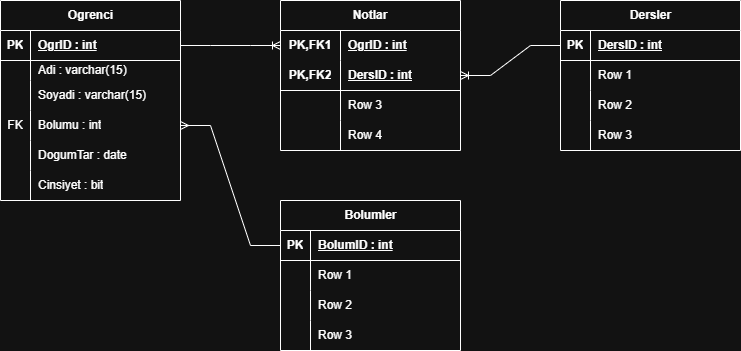
This is 01-ogrenci-not-sistemi.drawio.png from Kemalltml/System-Design-and-Database-Practices, a draw.io export, as it was before one commit. Source tidied: cells renumbered, new cells last; positions are measured from the earlier drawing's top-left corner, leaving out a move shared by most shapes.
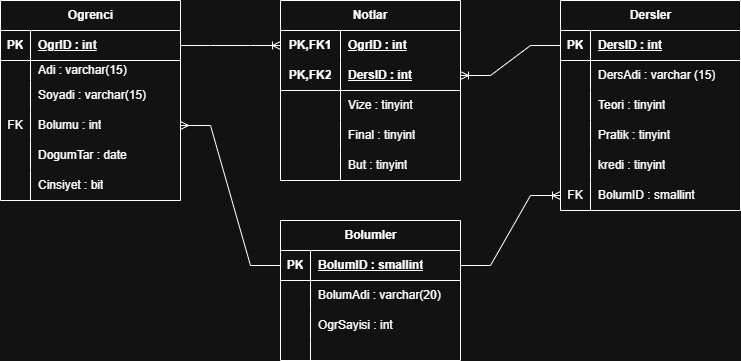
Above is the later version.

Change to the diagram source:
```diff
@@ -60,7 +60,7 @@
       <mxGeometry x="30" width="150" height="30" as="geometry" />
     </mxCell>
     <mxCell id="21" value="Notlar" style="shape=table;startSize=30;rowLines=0;fontStyle=1;align=center;html=1;whiteSpace=wrap;" parent="1" vertex="1">
-      <mxGeometry x="280" width="180" height="150" as="geometry" />
+      <mxGeometry x="280" width="180" height="180" as="geometry" />
     </mxCell>
     <mxCell id="22" style="shape=tableRow;horizontal=0;startSize=0;swimlaneHead=0;swimlaneBody=0;fillColor=none;points=[[0,0.5],[1,0.5]];portConstraint=eastwest;top=0;left=0;right=0;bottom=0;html=1;" parent="21" vertex="1">
       <mxGeometry y="30" width="180" height="30" as="geometry" />
@@ -86,7 +86,7 @@
     <mxCell id="29" style="shape=partialRectangle;fillColor=none;top=0;left=0;bottom=0;right=0;overflow=hidden;html=1;whiteSpace=wrap;" parent="28" vertex="1">
       <mxGeometry width="60" height="30" as="geometry" />
     </mxCell>
-    <mxCell id="30" value="Row 3" style="shape=partialRectangle;fillColor=none;top=0;left=0;bottom=0;right=0;align=left;spacingLeft=6;overflow=hidden;html=1;whiteSpace=wrap;" parent="28" vertex="1">
+    <mxCell id="30" value="Vize : tinyint" style="shape=partialRectangle;fillColor=none;top=0;left=0;bottom=0;right=0;align=left;spacingLeft=6;overflow=hidden;html=1;whiteSpace=wrap;" parent="28" vertex="1">
       <mxGeometry x="60" width="120" height="30" as="geometry" />
     </mxCell>
     <mxCell id="31" style="shape=tableRow;horizontal=0;startSize=0;swimlaneHead=0;swimlaneBody=0;fillColor=none;top=0;left=0;right=0;bottom=0;html=1;" parent="21" vertex="1">
@@ -95,11 +95,20 @@
     <mxCell id="32" style="shape=partialRectangle;fillColor=none;top=0;left=0;bottom=0;right=0;overflow=hidden;html=1;whiteSpace=wrap;" parent="31" vertex="1">
       <mxGeometry width="60" height="30" as="geometry" />
     </mxCell>
-    <mxCell id="33" value="Row 4" style="shape=partialRectangle;fillColor=none;top=0;left=0;bottom=0;right=0;align=left;spacingLeft=6;overflow=hidden;html=1;whiteSpace=wrap;" parent="31" vertex="1">
+    <mxCell id="33" value="Final : tinyint" style="shape=partialRectangle;fillColor=none;top=0;left=0;bottom=0;right=0;align=left;spacingLeft=6;overflow=hidden;html=1;whiteSpace=wrap;" parent="31" vertex="1">
       <mxGeometry x="60" width="120" height="30" as="geometry" />
     </mxCell>
+    <mxCell id="63" style="shape=tableRow;horizontal=0;startSize=0;swimlaneHead=0;swimlaneBody=0;fillColor=none;top=0;left=0;right=0;bottom=0;html=1;" parent="21" vertex="1">
+      <mxGeometry y="150" width="180" height="30" as="geometry" />
+    </mxCell>
+    <mxCell id="64" style="shape=partialRectangle;fillColor=none;top=0;left=0;bottom=0;right=0;overflow=hidden;html=1;whiteSpace=wrap;" parent="63" vertex="1">
+      <mxGeometry width="60" height="30" as="geometry" />
+    </mxCell>
+    <mxCell id="65" value="But : tinyint" style="shape=partialRectangle;fillColor=none;top=0;left=0;bottom=0;right=0;align=left;spacingLeft=6;overflow=hidden;html=1;whiteSpace=wrap;" parent="63" vertex="1">
+      <mxGeometry x="60" width="120" height="30" as="geometry" />
+    </mxCell>
     <mxCell id="34" value="Dersler" style="shape=table;startSize=30;rowLines=0;fontStyle=1;align=center;html=1;" parent="1" vertex="1">
-      <mxGeometry x="560" width="180" height="150" as="geometry" />
+      <mxGeometry x="560" width="180" height="210" as="geometry" />
     </mxCell>
     <mxCell id="35" style="shape=tableRow;horizontal=0;startSize=0;swimlaneHead=0;swimlaneBody=0;fillColor=none;points=[[0,0.5],[1,0.5]];portConstraint=eastwest;top=0;left=0;right=0;bottom=1;" parent="34" vertex="1">
       <mxGeometry y="30" width="180" height="30" as="geometry" />
@@ -116,7 +125,7 @@
     <mxCell id="39" style="shape=partialRectangle;fillColor=none;top=0;left=0;bottom=0;right=0;overflow=hidden;whiteSpace=wrap;html=1;" parent="38" vertex="1">
       <mxGeometry width="30" height="30" as="geometry" />
     </mxCell>
-    <mxCell id="40" value="Row 1" style="shape=partialRectangle;fillColor=none;top=0;left=0;bottom=0;right=0;align=left;spacingLeft=6;overflow=hidden;whiteSpace=wrap;html=1;" parent="38" vertex="1">
+    <mxCell id="40" value="DersAdi : varchar (15)" style="shape=partialRectangle;fillColor=none;top=0;left=0;bottom=0;right=0;align=left;spacingLeft=6;overflow=hidden;whiteSpace=wrap;html=1;" parent="38" vertex="1">
       <mxGeometry x="30" width="150" height="30" as="geometry" />
     </mxCell>
     <mxCell id="41" style="shape=tableRow;horizontal=0;startSize=0;swimlaneHead=0;swimlaneBody=0;fillColor=none;top=0;left=0;right=0;bottom=0;" parent="34" vertex="1">
@@ -125,7 +134,7 @@
     <mxCell id="42" style="shape=partialRectangle;fillColor=none;top=0;left=0;bottom=0;right=0;overflow=hidden;whiteSpace=wrap;html=1;" parent="41" vertex="1">
       <mxGeometry width="30" height="30" as="geometry" />
     </mxCell>
-    <mxCell id="43" value="Row 2" style="shape=partialRectangle;fillColor=none;top=0;left=0;bottom=0;right=0;align=left;spacingLeft=6;overflow=hidden;whiteSpace=wrap;html=1;" parent="41" vertex="1">
+    <mxCell id="43" value="Teori : tinyint" style="shape=partialRectangle;fillColor=none;top=0;left=0;bottom=0;right=0;align=left;spacingLeft=6;overflow=hidden;whiteSpace=wrap;html=1;" parent="41" vertex="1">
       <mxGeometry x="30" width="150" height="30" as="geometry" />
     </mxCell>
     <mxCell id="44" style="shape=tableRow;horizontal=0;startSize=0;swimlaneHead=0;swimlaneBody=0;fillColor=none;top=0;left=0;right=0;bottom=0;" parent="34" vertex="1">
@@ -134,11 +143,29 @@
     <mxCell id="45" style="shape=partialRectangle;fillColor=none;top=0;left=0;bottom=0;right=0;overflow=hidden;whiteSpace=wrap;html=1;" parent="44" vertex="1">
       <mxGeometry width="30" height="30" as="geometry" />
     </mxCell>
-    <mxCell id="46" value="Row 3" style="shape=partialRectangle;fillColor=none;top=0;left=0;bottom=0;right=0;align=left;spacingLeft=6;overflow=hidden;whiteSpace=wrap;html=1;" parent="44" vertex="1">
+    <mxCell id="46" value="Pratik : tinyint" style="shape=partialRectangle;fillColor=none;top=0;left=0;bottom=0;right=0;align=left;spacingLeft=6;overflow=hidden;whiteSpace=wrap;html=1;" parent="44" vertex="1">
       <mxGeometry x="30" width="150" height="30" as="geometry" />
     </mxCell>
+    <mxCell id="66" style="shape=tableRow;horizontal=0;startSize=0;swimlaneHead=0;swimlaneBody=0;fillColor=none;top=0;left=0;right=0;bottom=0;" parent="34" vertex="1">
+      <mxGeometry y="150" width="180" height="30" as="geometry" />
+    </mxCell>
+    <mxCell id="67" style="shape=partialRectangle;fillColor=none;top=0;left=0;bottom=0;right=0;overflow=hidden;whiteSpace=wrap;html=1;" parent="66" vertex="1">
+      <mxGeometry width="30" height="30" as="geometry" />
+    </mxCell>
+    <mxCell id="68" value="kredi : tinyint" style="shape=partialRectangle;fillColor=none;top=0;left=0;bottom=0;right=0;align=left;spacingLeft=6;overflow=hidden;whiteSpace=wrap;html=1;" parent="66" vertex="1">
+      <mxGeometry x="30" width="150" height="30" as="geometry" />
+    </mxCell>
+    <mxCell id="69" style="shape=tableRow;horizontal=0;startSize=0;swimlaneHead=0;swimlaneBody=0;fillColor=none;points=[[0,0.5],[1,0.5]];portConstraint=eastwest;top=0;left=0;right=0;bottom=0;" parent="34" vertex="1">
+      <mxGeometry y="180" width="180" height="30" as="geometry" />
+    </mxCell>
+    <mxCell id="70" value="FK" style="shape=partialRectangle;fillColor=none;top=0;left=0;bottom=0;right=0;overflow=hidden;whiteSpace=wrap;html=1;" parent="69" vertex="1">
+      <mxGeometry width="30" height="30" as="geometry" />
+    </mxCell>
+    <mxCell id="71" value="BolumID : smallint" style="shape=partialRectangle;fillColor=none;top=0;left=0;bottom=0;right=0;align=left;spacingLeft=6;overflow=hidden;whiteSpace=wrap;html=1;" parent="69" vertex="1">
+      <mxGeometry x="30" width="150" height="30" as="geometry" />
+    </mxCell>
     <mxCell id="47" value="Bolumler" style="shape=table;startSize=30;rowLines=0;fontStyle=1;align=center;html=1;" parent="1" vertex="1">
-      <mxGeometry x="280" y="200" width="180" height="150" as="geometry" />
+      <mxGeometry x="280" y="220" width="180" height="140" as="geometry" />
     </mxCell>
     <mxCell id="48" style="shape=tableRow;horizontal=0;startSize=0;swimlaneHead=0;swimlaneBody=0;fillColor=none;points=[[0,0.5],[1,0.5]];portConstraint=eastwest;top=0;left=0;right=0;bottom=1;" parent="47" vertex="1">
       <mxGeometry y="30" width="180" height="30" as="geometry" />
@@ -146,7 +173,7 @@
     <mxCell id="49" value="PK" style="shape=partialRectangle;fillColor=none;top=0;left=0;bottom=0;right=0;fontStyle=1;overflow=hidden;whiteSpace=wrap;html=1;" parent="48" vertex="1">
       <mxGeometry width="30" height="30" as="geometry" />
     </mxCell>
-    <mxCell id="50" value="BolumID : int" style="shape=partialRectangle;fillColor=none;top=0;left=0;bottom=0;right=0;align=left;spacingLeft=6;fontStyle=5;overflow=hidden;whiteSpace=wrap;html=1;" parent="48" vertex="1">
+    <mxCell id="50" value="BolumID : smallint" style="shape=partialRectangle;fillColor=none;top=0;left=0;bottom=0;right=0;align=left;spacingLeft=6;fontStyle=5;overflow=hidden;whiteSpace=wrap;html=1;" parent="48" vertex="1">
       <mxGeometry x="30" width="150" height="30" as="geometry" />
     </mxCell>
     <mxCell id="51" style="shape=tableRow;horizontal=0;startSize=0;swimlaneHead=0;swimlaneBody=0;fillColor=none;top=0;left=0;right=0;bottom=0;" parent="47" vertex="1">
@@ -155,7 +182,7 @@
     <mxCell id="52" style="shape=partialRectangle;fillColor=none;top=0;left=0;bottom=0;right=0;overflow=hidden;whiteSpace=wrap;html=1;" parent="51" vertex="1">
       <mxGeometry width="30" height="30" as="geometry" />
     </mxCell>
-    <mxCell id="53" value="Row 1" style="shape=partialRectangle;fillColor=none;top=0;left=0;bottom=0;right=0;align=left;spacingLeft=6;overflow=hidden;whiteSpace=wrap;html=1;" parent="51" vertex="1">
+    <mxCell id="53" value="BolumAdi : varchar(20)" style="shape=partialRectangle;fillColor=none;top=0;left=0;bottom=0;right=0;align=left;spacingLeft=6;overflow=hidden;whiteSpace=wrap;html=1;" parent="51" vertex="1">
       <mxGeometry x="30" width="150" height="30" as="geometry" />
     </mxCell>
     <mxCell id="54" style="shape=tableRow;horizontal=0;startSize=0;swimlaneHead=0;swimlaneBody=0;fillColor=none;top=0;left=0;right=0;bottom=0;" parent="47" vertex="1">
@@ -164,17 +191,17 @@
     <mxCell id="55" style="shape=partialRectangle;fillColor=none;top=0;left=0;bottom=0;right=0;overflow=hidden;whiteSpace=wrap;html=1;" parent="54" vertex="1">
       <mxGeometry width="30" height="30" as="geometry" />
     </mxCell>
-    <mxCell id="56" value="Row 2" style="shape=partialRectangle;fillColor=none;top=0;left=0;bottom=0;right=0;align=left;spacingLeft=6;overflow=hidden;whiteSpace=wrap;html=1;" parent="54" vertex="1">
+    <mxCell id="56" value="OgrSayisi : int" style="shape=partialRectangle;fillColor=none;top=0;left=0;bottom=0;right=0;align=left;spacingLeft=6;overflow=hidden;whiteSpace=wrap;html=1;" parent="54" vertex="1">
       <mxGeometry x="30" width="150" height="30" as="geometry" />
     </mxCell>
     <mxCell id="57" style="shape=tableRow;horizontal=0;startSize=0;swimlaneHead=0;swimlaneBody=0;fillColor=none;top=0;left=0;right=0;bottom=0;" parent="47" vertex="1">
-      <mxGeometry y="120" width="180" height="30" as="geometry" />
+      <mxGeometry y="120" width="180" height="20" as="geometry" />
     </mxCell>
     <mxCell id="58" style="shape=partialRectangle;fillColor=none;top=0;left=0;bottom=0;right=0;overflow=hidden;whiteSpace=wrap;html=1;" parent="57" vertex="1">
-      <mxGeometry width="30" height="30" as="geometry" />
+      <mxGeometry width="30" height="20" as="geometry" />
     </mxCell>
-    <mxCell id="59" value="Row 3" style="shape=partialRectangle;fillColor=none;top=0;left=0;bottom=0;right=0;align=left;spacingLeft=6;overflow=hidden;whiteSpace=wrap;html=1;" parent="57" vertex="1">
-      <mxGeometry x="30" width="150" height="30" as="geometry" />
+    <mxCell id="59" style="shape=partialRectangle;fillColor=none;top=0;left=0;bottom=0;right=0;align=left;spacingLeft=6;overflow=hidden;whiteSpace=wrap;html=1;" parent="57" vertex="1">
+      <mxGeometry x="30" width="150" height="20" as="geometry" />
     </mxCell>
     <mxCell id="60" style="edgeStyle=entityRelationEdgeStyle;fontSize=12;html=1;endArrow=ERoneToMany;rounded=0;exitX=1;exitY=0.5;exitDx=0;exitDy=0;entryX=0;entryY=0.5;entryDx=0;entryDy=0;" parent="1" edge="1" source="3" target="22">
       <mxGeometry relative="1" as="geometry" />
@@ -185,5 +212,8 @@
     <mxCell id="62" style="edgeStyle=entityRelationEdgeStyle;fontSize=12;html=1;endArrow=ERmany;rounded=0;entryX=1;entryY=0.5;entryDx=0;entryDy=0;exitX=0;exitY=0.5;exitDx=0;exitDy=0;" parent="1" edge="1" source="48" target="12">
       <mxGeometry relative="1" as="geometry" />
     </mxCell>
+    <mxCell id="72" style="edgeStyle=entityRelationEdgeStyle;fontSize=12;html=1;endArrow=ERoneToMany;rounded=0;exitX=1;exitY=0.5;exitDx=0;exitDy=0;entryX=0;entryY=0.5;entryDx=0;entryDy=0;" parent="1" edge="1" source="48" target="69">
+      <mxGeometry relative="1" as="geometry" />
+    </mxCell>
   </root>
 </mxGraphModel>
```
